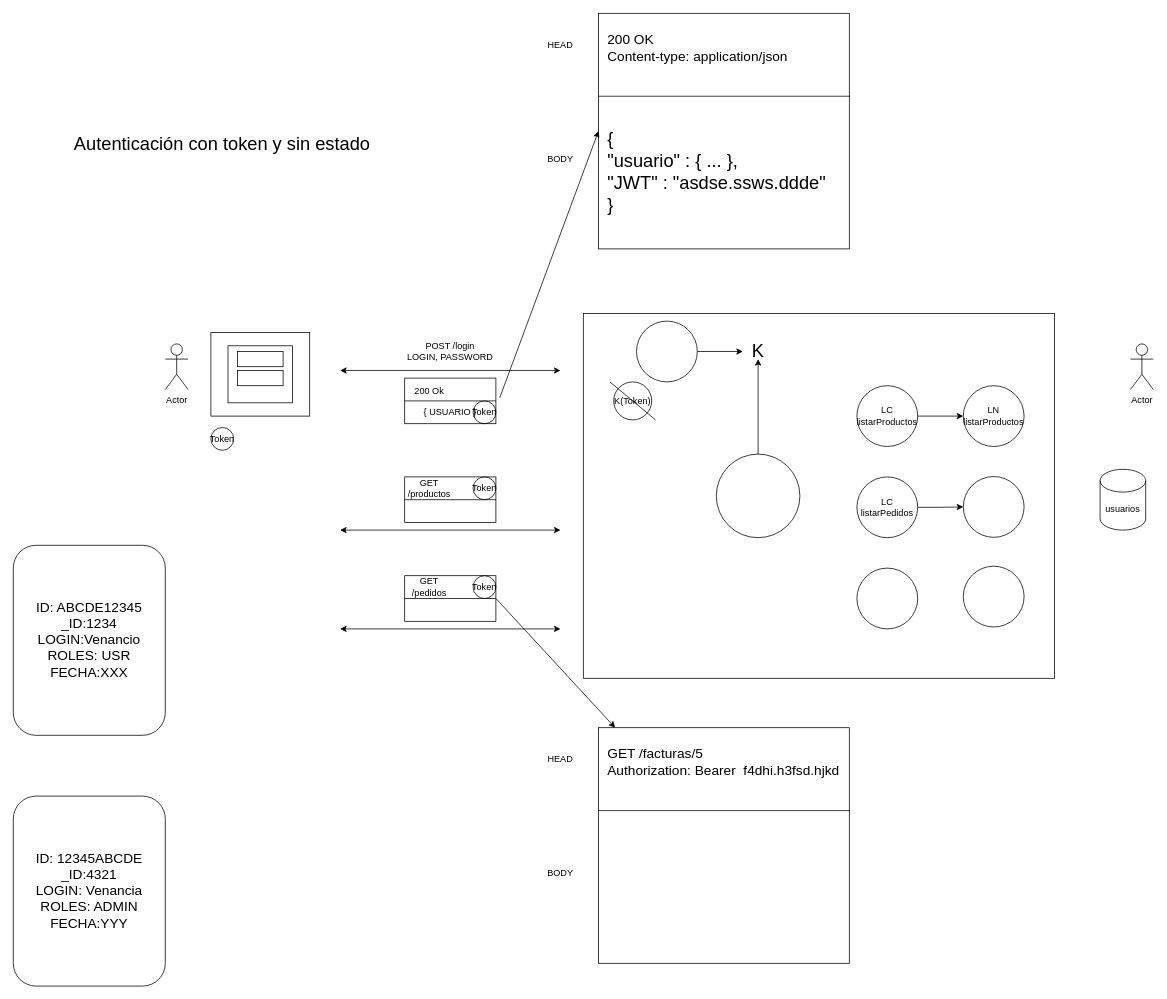
The draw.io diagram page "JWT" (44 of 62) of diagramas.drawio in almoril00/MEAN, before the edit. Source tidied: cells renumbered, new cells numbered last; positions are measured from the earlier drawing's top-left corner, leaving out a move shared by most shapes. Both pictures are drawn from the tidied source at 76%, with x=0, y=0 at pixel (13, 13).
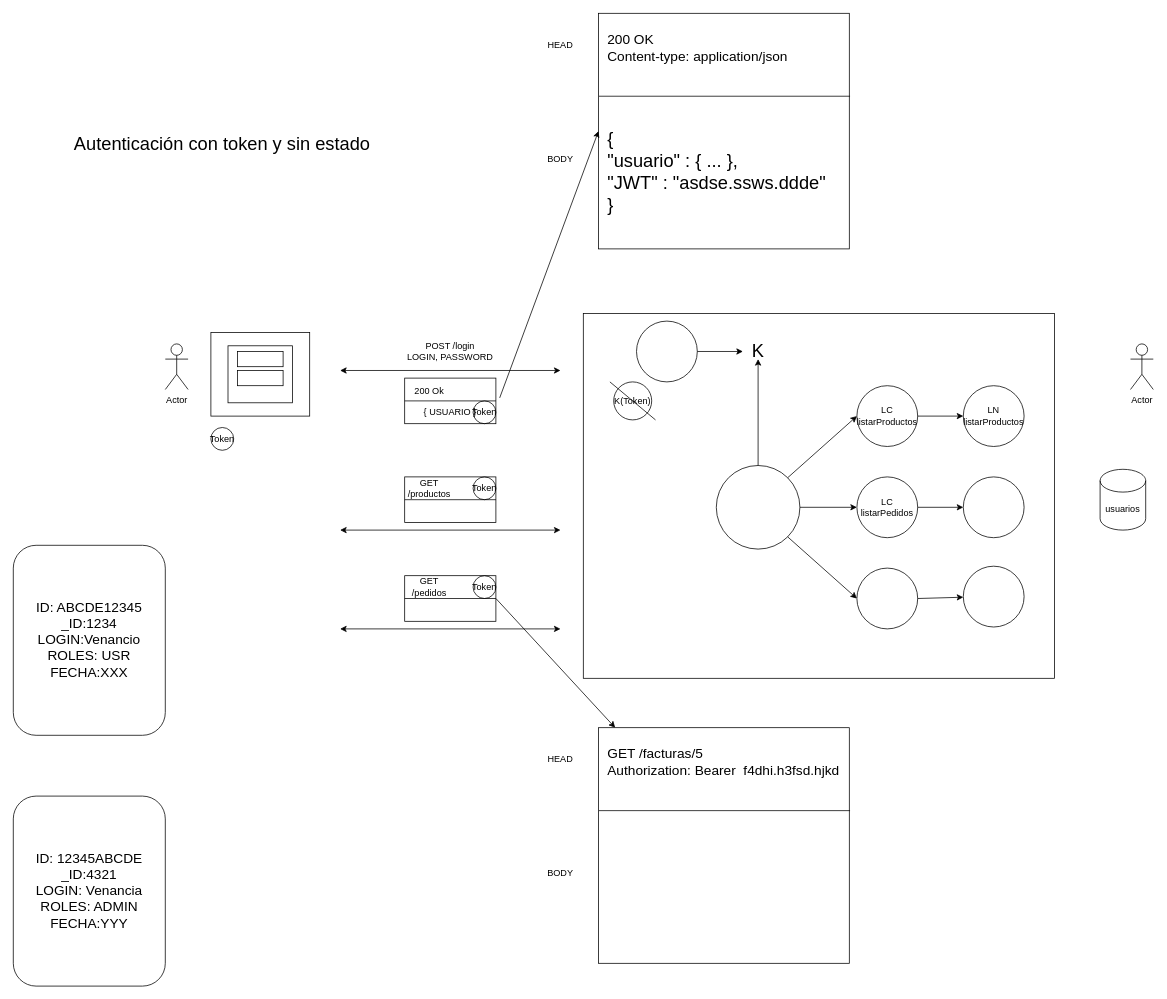
Above is the later version.

Unchanged cells that the change refers to:
```xml
<mxCell id="26" value="LC&lt;br&gt;listarProductos" style="ellipse;whiteSpace=wrap;html=1;fillColor=none;" parent="1" vertex="1">
  <mxGeometry x="1110" y="490" width="80" height="80" as="geometry" />
</mxCell>
<mxCell id="28" value="LC&lt;br&gt;listarPedidos" style="ellipse;whiteSpace=wrap;html=1;fillColor=none;" parent="1" vertex="1">
  <mxGeometry x="1110" y="610" width="80" height="80" as="geometry" />
</mxCell>
<mxCell id="29" style="ellipse;whiteSpace=wrap;html=1;fillColor=none;" parent="1" vertex="1">
  <mxGeometry x="1110" y="730" width="80" height="80" as="geometry" />
</mxCell>
<mxCell id="32" style="ellipse;whiteSpace=wrap;html=1;fillColor=none;" parent="1" vertex="1">
  <mxGeometry x="1250" y="727.5" width="80" height="80" as="geometry" />
</mxCell>
```

What changed in the source:
```diff
@@
     <mxCell id="31" style="ellipse;whiteSpace=wrap;html=1;fillColor=none;" parent="1" vertex="1">
-      <mxGeometry x="1250" y="609.5" width="80" height="80" as="geometry" />
+      <mxGeometry x="1250" y="610" width="80" height="80" as="geometry" />
     </mxCell>
@@
     <mxCell id="34" style="ellipse;whiteSpace=wrap;html=1;fillColor=none;" parent="1" vertex="1">
-      <mxGeometry x="925" y="580" width="110" height="110" as="geometry" />
+      <mxGeometry x="925" y="595" width="110" height="110" as="geometry" />
     </mxCell>
@@
+    <mxCell id="60" style="endArrow=classic;html=1;exitX=1;exitY=0.5;exitDx=0;exitDy=0;entryX=0;entryY=0.5;entryDx=0;entryDy=0;" parent="1" edge="1" source="34" target="28">
+      <mxGeometry relative="1" as="geometry" />
+    </mxCell>
+    <mxCell id="61" style="endArrow=classic;html=1;exitX=1;exitY=0;exitDx=0;exitDy=0;entryX=0;entryY=0.5;entryDx=0;entryDy=0;" parent="1" edge="1" source="34" target="26">
+      <mxGeometry relative="1" as="geometry" />
+    </mxCell>
+    <mxCell id="62" style="endArrow=classic;html=1;exitX=1;exitY=1;exitDx=0;exitDy=0;entryX=0;entryY=0.5;entryDx=0;entryDy=0;" parent="1" edge="1" source="34" target="29">
+      <mxGeometry relative="1" as="geometry" />
+    </mxCell>
+    <mxCell id="63" style="endArrow=classic;html=1;exitX=1;exitY=0.5;exitDx=0;exitDy=0;" parent="1" edge="1" source="29" target="32">
+      <mxGeometry relative="1" as="geometry" />
+    </mxCell>
```
